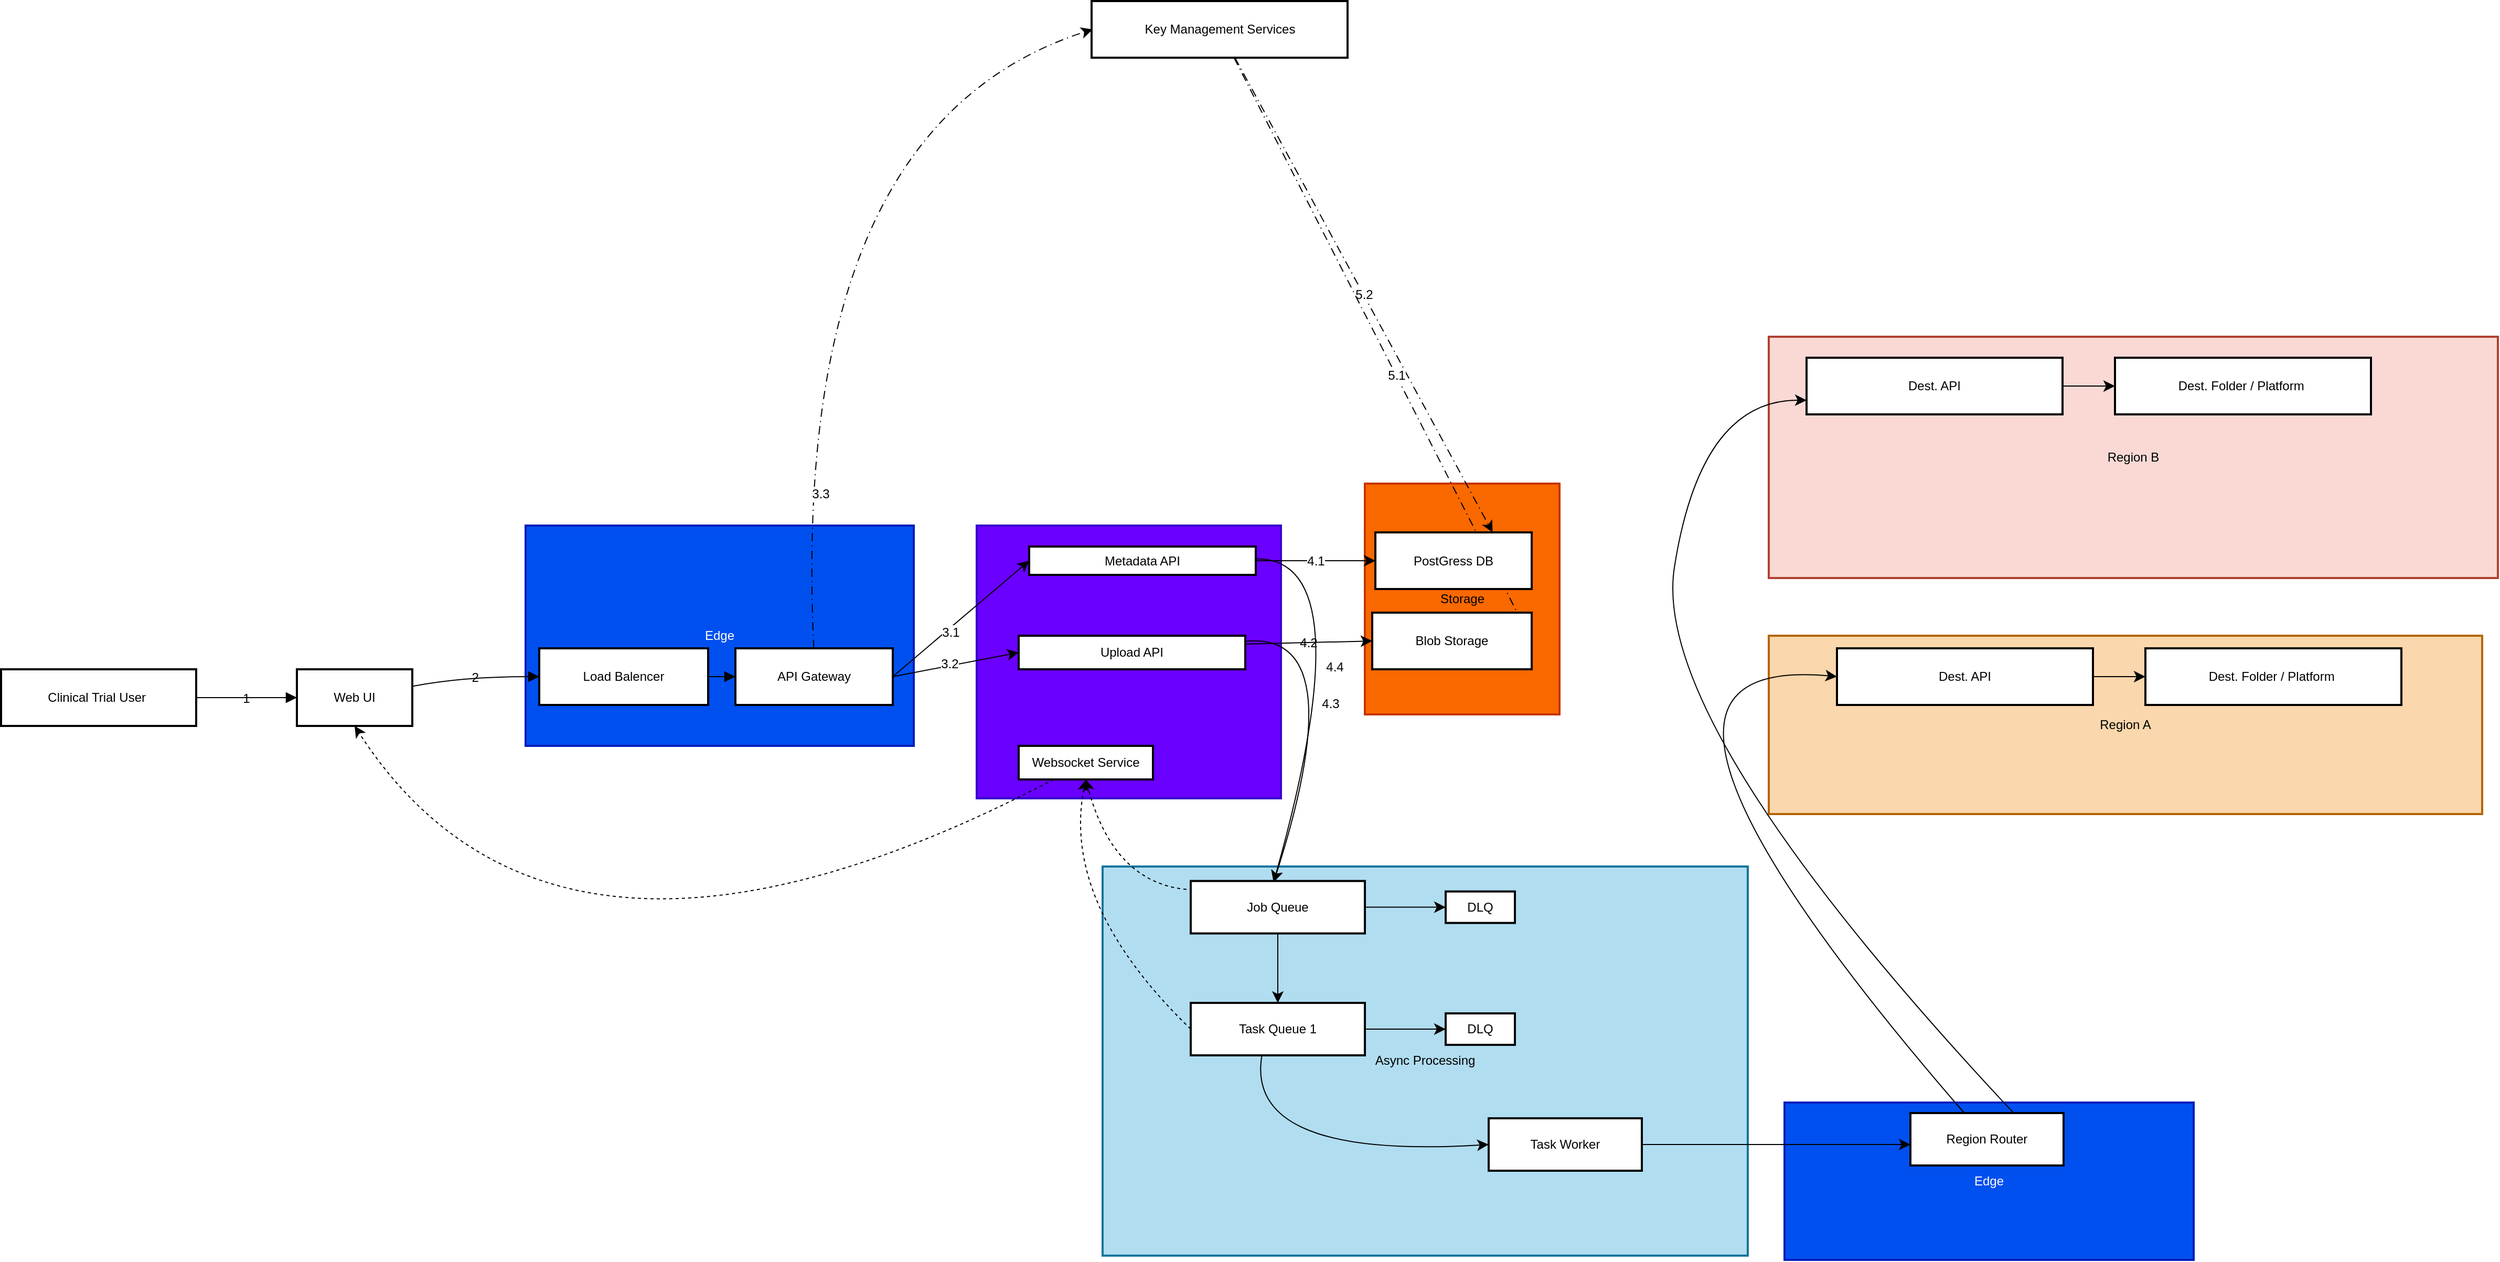
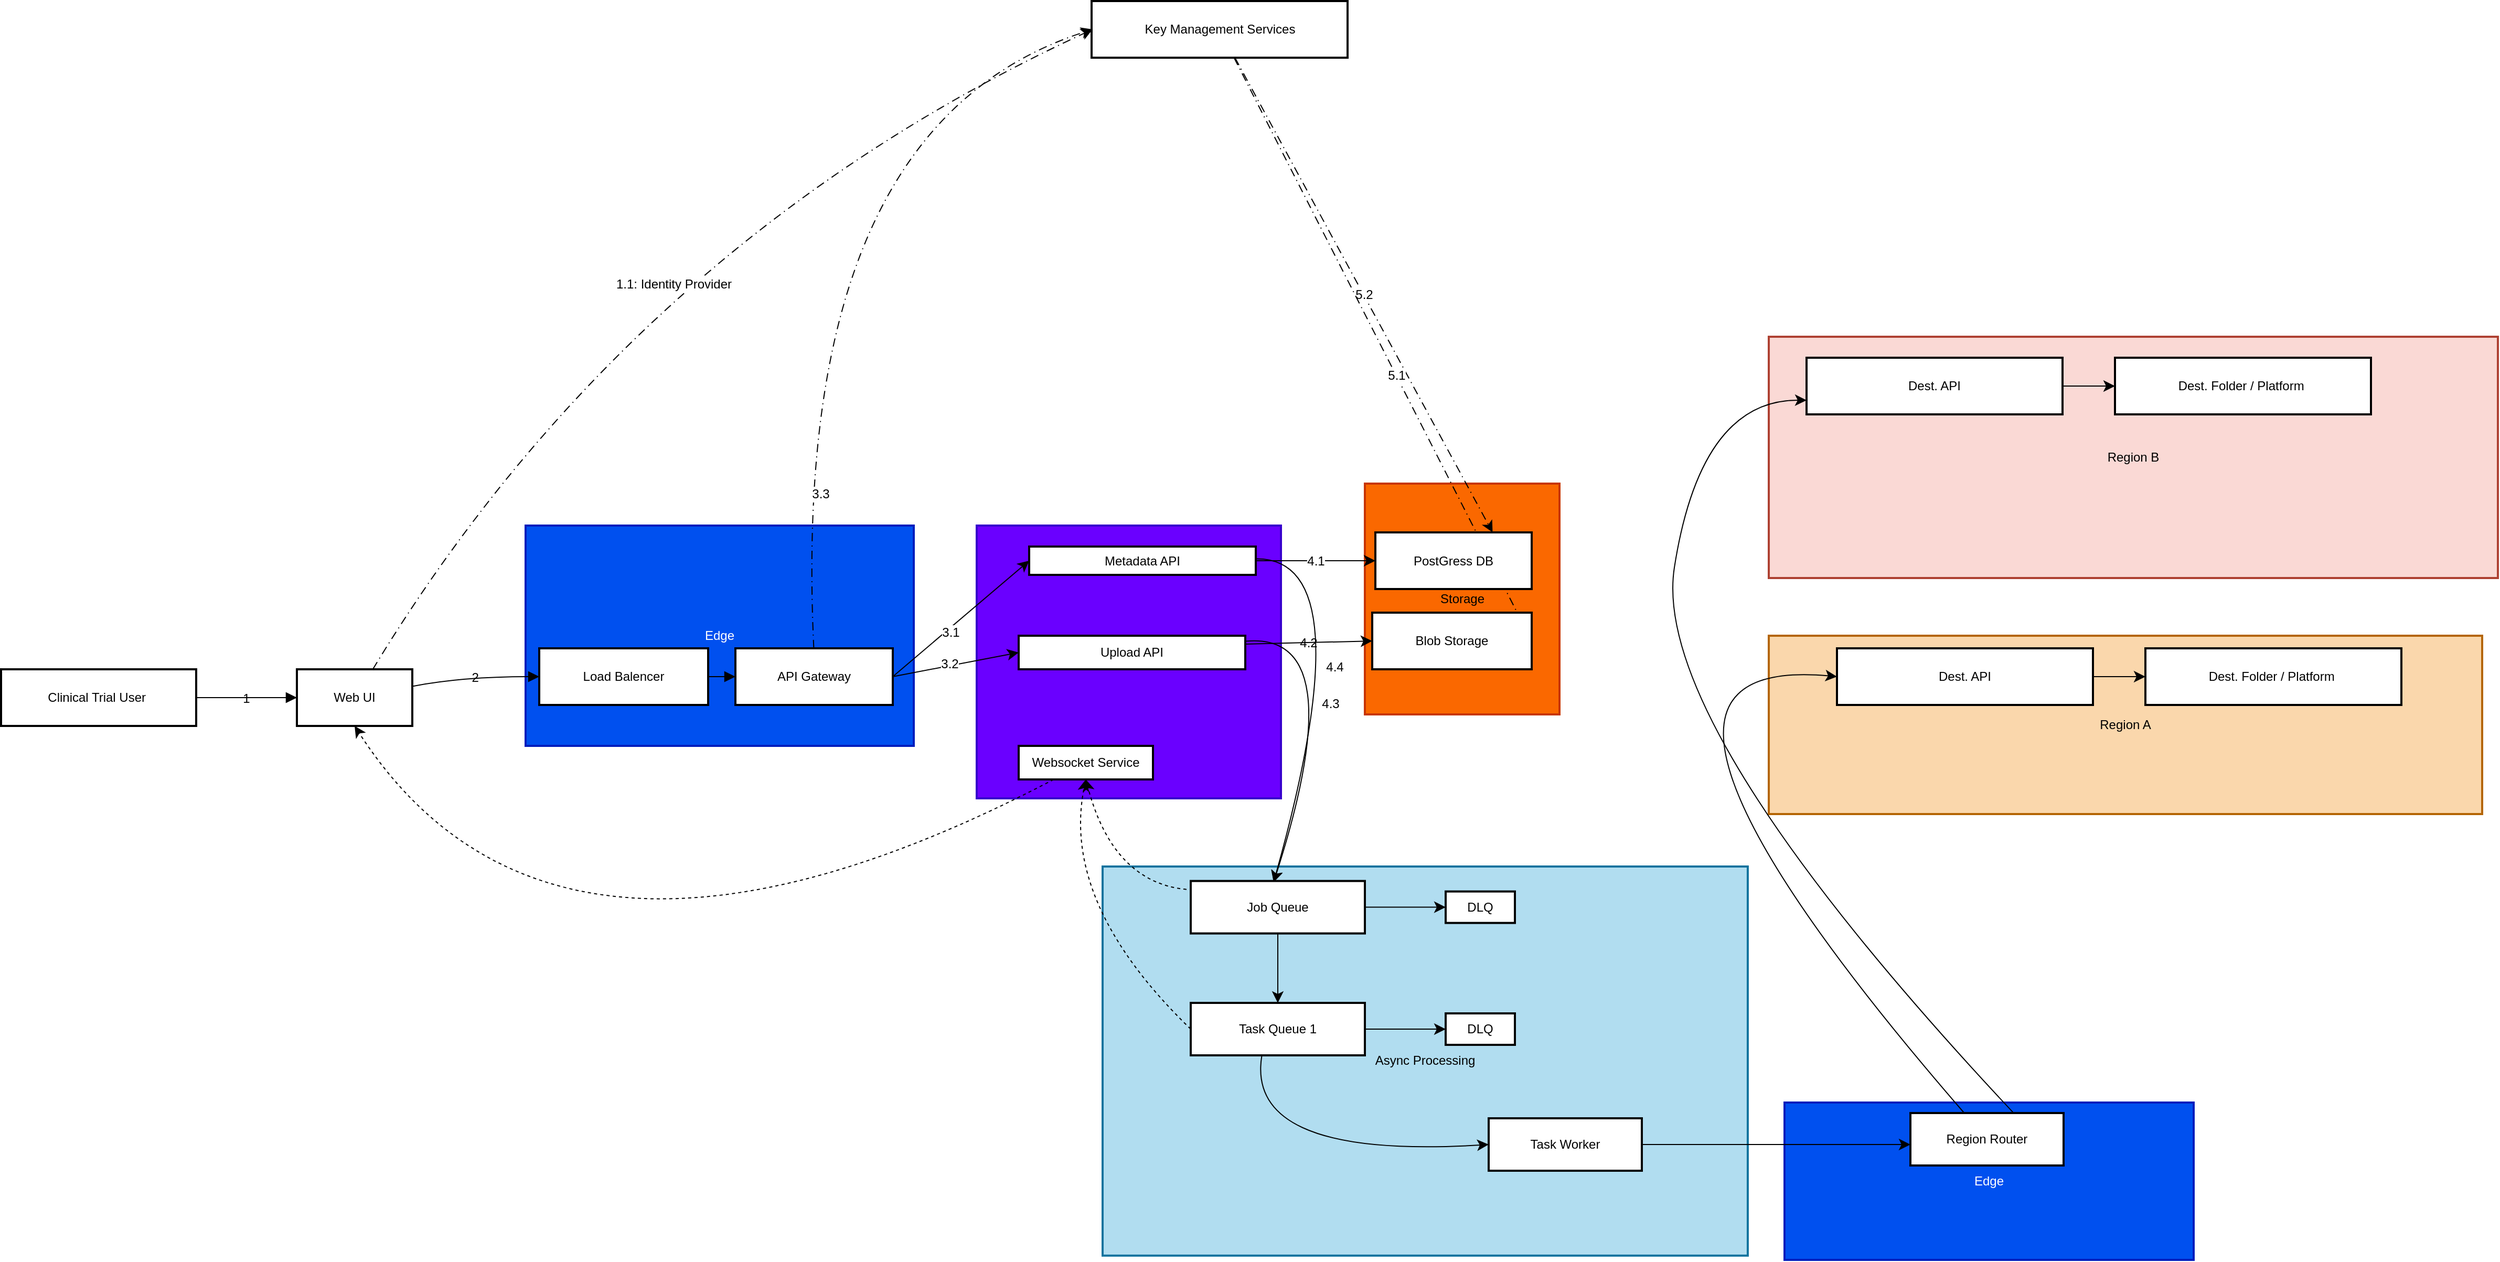
<mxfile host="app.diagrams.net">
  <diagram name="Overall-Diagram" id="Xauzskn0iYLa3f8TggF1">
-     <mxGraphModel dx="1400" dy="1882" grid="1" gridSize="10" guides="1" tooltips="1" connect="1" arrows="1" fold="1" page="1" pageScale="1" pageWidth="850" pageHeight="1100" background="none" math="0" shadow="0">
+     <mxGraphModel dx="312" dy="1312" grid="1" gridSize="10" guides="1" tooltips="1" connect="1" arrows="1" fold="1" page="1" pageScale="1" pageWidth="850" pageHeight="1100" background="none" math="0" shadow="0">
      <root>
        <mxCell id="0" />
        <mxCell id="1" parent="0" />
        <mxCell id="ZxT0anLmeUN1lRlBXtKW-56" parent="1" style="whiteSpace=wrap;strokeWidth=2;rounded=0;labelBackgroundColor=none;fillColor=#0050ef;fontColor=#ffffff;strokeColor=#001DBC;" value="Edge" vertex="1">
          <mxGeometry height="150" width="390" x="1800" y="590" as="geometry" />
        </mxCell>
        <mxCell id="tPvMw2njpGqdJi2HAjV1-28" parent="1" style="whiteSpace=wrap;strokeWidth=2;rounded=0;labelBackgroundColor=none;fillColor=#fad9d5;strokeColor=#ae4132;" value="Region B" vertex="1">
          <mxGeometry height="230" width="695" x="1785" y="-140" as="geometry" />
        </mxCell>
        <mxCell id="tPvMw2njpGqdJi2HAjV1-27" parent="1" style="whiteSpace=wrap;strokeWidth=2;rounded=0;labelBackgroundColor=none;fillColor=#fad7ac;strokeColor=#b46504;" value="Region A" vertex="1">
          <mxGeometry height="170" width="680" x="1785" y="145" as="geometry" />
        </mxCell>
        <mxCell id="LGeiLnGPZ_kJypGg9XhN-2" parent="1" style="whiteSpace=wrap;strokeWidth=2;rounded=0;labelBackgroundColor=none;fillColor=#b1ddf0;strokeColor=#10739e;aspect=fixed;" value="Async Processing" vertex="1">
          <mxGeometry height="370.92" width="614.97" x="1150" y="365" as="geometry" />
        </mxCell>
        <mxCell id="LGeiLnGPZ_kJypGg9XhN-4" parent="1" style="whiteSpace=wrap;strokeWidth=2;rounded=0;labelBackgroundColor=none;fillColor=#6a00ff;fontColor=#ffffff;strokeColor=#3700CC;" value="API Services" vertex="1">
          <mxGeometry height="260" width="290" x="1030" y="40" as="geometry" />
        </mxCell>
        <mxCell id="LGeiLnGPZ_kJypGg9XhN-3" parent="1" style="whiteSpace=wrap;strokeWidth=2;rounded=0;labelBackgroundColor=none;fillColor=#fa6800;fontColor=#000000;strokeColor=#C73500;" value="Storage" vertex="1">
          <mxGeometry height="220" width="185.5" x="1400" as="geometry" />
        </mxCell>
        <mxCell id="LGeiLnGPZ_kJypGg9XhN-5" parent="1" style="whiteSpace=wrap;strokeWidth=2;rounded=0;labelBackgroundColor=none;fillColor=#0050ef;fontColor=#ffffff;strokeColor=#001DBC;" value="Edge" vertex="1">
          <mxGeometry height="210" width="370" x="600" y="40" as="geometry" />
        </mxCell>
        <mxCell id="LGeiLnGPZ_kJypGg9XhN-6" parent="1" style="whiteSpace=wrap;strokeWidth=2;rounded=0;labelBackgroundColor=none;" value="Clinical Trial User " vertex="1">
          <mxGeometry height="54" width="186" x="100" y="177" as="geometry" />
        </mxCell>
+         <mxCell id="kZjGEyZ31KSyDfQOjVAd-4" edge="1" parent="1" style="edgeStyle=none;curved=1;rounded=0;orthogonalLoop=1;jettySize=auto;html=1;entryX=0;entryY=0.5;entryDx=0;entryDy=0;fontSize=12;startSize=8;endSize=8;dashed=1;dashPattern=8 4 1 4;" value="1.1: Identity Provider">
+           <mxGeometry relative="1" x="0.0321" y="-53" as="geometry">
+             <mxPoint as="offset" />
+             <Array as="points">
+               <mxPoint x="701" y="-230" />
+             </Array>
+             <mxPoint x="454.3617511520737" y="177" as="sourcePoint" />
+             <mxPoint x="1140.5" y="-433" as="targetPoint" />
+           </mxGeometry>
+         </mxCell>
        <mxCell id="LGeiLnGPZ_kJypGg9XhN-7" parent="1" style="whiteSpace=wrap;strokeWidth=2;rounded=0;labelBackgroundColor=none;" value="Web UI" vertex="1">
          <mxGeometry height="54" width="110" x="382" y="177" as="geometry" />
        </mxCell>
        <mxCell id="LGeiLnGPZ_kJypGg9XhN-8" parent="1" style="whiteSpace=wrap;strokeWidth=2;rounded=0;labelBackgroundColor=none;" value="Load Balencer" vertex="1">
          <mxGeometry height="54" width="161" x="613" y="157" as="geometry" />
        </mxCell>
        <mxCell id="ijDLy2rUQYNMrnhEq9o_-15" edge="1" parent="1" source="LGeiLnGPZ_kJypGg9XhN-9" style="edgeStyle=none;curved=1;rounded=0;orthogonalLoop=1;jettySize=auto;html=1;fontSize=12;startSize=8;endSize=8;entryX=0;entryY=0.5;entryDx=0;entryDy=0;labelBackgroundColor=none;fontColor=default;exitX=1;exitY=0.5;exitDx=0;exitDy=0;" target="LGeiLnGPZ_kJypGg9XhN-10">
          <mxGeometry relative="1" as="geometry">
            <mxPoint x="1059.9999999999998" y="229.99999999999977" as="targetPoint" />
          </mxGeometry>
        </mxCell>
        <mxCell id="kZjGEyZ31KSyDfQOjVAd-1" connectable="0" parent="ijDLy2rUQYNMrnhEq9o_-15" style="edgeLabel;html=1;align=center;verticalAlign=middle;resizable=0;points=[];fontSize=12;" value="3.1" vertex="1">
          <mxGeometry relative="1" x="-0.1984" y="-3" as="geometry">
            <mxPoint x="1" as="offset" />
          </mxGeometry>
        </mxCell>
        <mxCell id="ijDLy2rUQYNMrnhEq9o_-17" edge="1" parent="1" source="LGeiLnGPZ_kJypGg9XhN-9" style="edgeStyle=none;curved=1;rounded=0;orthogonalLoop=1;jettySize=auto;html=1;entryX=0;entryY=0.5;entryDx=0;entryDy=0;fontSize=12;startSize=8;endSize=8;exitX=1;exitY=0.5;exitDx=0;exitDy=0;" target="LGeiLnGPZ_kJypGg9XhN-11">
          <mxGeometry relative="1" as="geometry">
            <mxPoint x="960" y="190" as="sourcePoint" />
          </mxGeometry>
        </mxCell>
        <mxCell id="kZjGEyZ31KSyDfQOjVAd-2" connectable="0" parent="ijDLy2rUQYNMrnhEq9o_-17" style="edgeLabel;html=1;align=center;verticalAlign=middle;resizable=0;points=[];fontSize=12;" value="3.2" vertex="1">
          <mxGeometry relative="1" x="-0.0885" y="2" as="geometry">
            <mxPoint as="offset" />
          </mxGeometry>
        </mxCell>
        <mxCell id="tPvMw2njpGqdJi2HAjV1-17" edge="1" parent="1" style="edgeStyle=none;curved=1;rounded=0;orthogonalLoop=1;jettySize=auto;html=1;entryX=0;entryY=0.5;entryDx=0;entryDy=0;fontSize=12;startSize=8;endSize=8;dashed=1;dashPattern=8 4 1 4;" value="3.3">
          <mxGeometry relative="1" x="-0.6344" y="-13" as="geometry">
            <mxPoint as="offset" />
            <Array as="points">
              <mxPoint x="851" y="-340" />
            </Array>
            <mxPoint x="874.7118320610687" y="157" as="sourcePoint" />
            <mxPoint x="1140.5" y="-433" as="targetPoint" />
          </mxGeometry>
        </mxCell>
        <mxCell id="LGeiLnGPZ_kJypGg9XhN-9" parent="1" style="whiteSpace=wrap;strokeWidth=2;rounded=0;labelBackgroundColor=none;" value="API Gateway" vertex="1">
          <mxGeometry height="54" width="150" x="800" y="157" as="geometry" />
        </mxCell>
        <mxCell id="ijDLy2rUQYNMrnhEq9o_-19" edge="1" parent="1" source="LGeiLnGPZ_kJypGg9XhN-10" style="edgeStyle=none;curved=1;rounded=0;orthogonalLoop=1;jettySize=auto;html=1;entryX=0;entryY=0.5;entryDx=0;entryDy=0;fontSize=12;startSize=8;endSize=8;exitX=1;exitY=0.5;exitDx=0;exitDy=0;" target="LGeiLnGPZ_kJypGg9XhN-12" value="4.1">
          <mxGeometry relative="1" as="geometry" />
        </mxCell>
        <mxCell id="ZxT0anLmeUN1lRlBXtKW-1" edge="1" parent="1" source="LGeiLnGPZ_kJypGg9XhN-10" style="edgeStyle=none;curved=1;rounded=0;orthogonalLoop=1;jettySize=auto;html=1;entryX=0.5;entryY=0;entryDx=0;entryDy=0;fontSize=12;startSize=8;endSize=8;" value="4.4">
          <mxGeometry relative="1" as="geometry">
            <Array as="points">
              <mxPoint x="1400" y="70" />
            </Array>
            <mxPoint x="1313" y="380" as="targetPoint" />
          </mxGeometry>
        </mxCell>
        <mxCell id="LGeiLnGPZ_kJypGg9XhN-10" parent="1" style="whiteSpace=wrap;strokeWidth=2;rounded=0;labelBackgroundColor=none;" value="Metadata API" vertex="1">
          <mxGeometry height="27" width="216" x="1080" y="60" as="geometry" />
        </mxCell>
        <mxCell id="ijDLy2rUQYNMrnhEq9o_-12" edge="1" parent="1" source="LGeiLnGPZ_kJypGg9XhN-11" style="edgeStyle=none;curved=1;rounded=0;orthogonalLoop=1;jettySize=auto;html=1;entryX=0;entryY=0.5;entryDx=0;entryDy=0;fontSize=12;startSize=8;endSize=8;exitX=1;exitY=0.25;exitDx=0;exitDy=0;labelBackgroundColor=none;fontColor=default;" target="LGeiLnGPZ_kJypGg9XhN-13" value="4.2">
          <mxGeometry relative="1" as="geometry" />
        </mxCell>
        <mxCell id="ZxT0anLmeUN1lRlBXtKW-2" edge="1" parent="1" source="LGeiLnGPZ_kJypGg9XhN-11" style="edgeStyle=none;curved=1;rounded=0;orthogonalLoop=1;jettySize=auto;html=1;entryX=0.5;entryY=0;entryDx=0;entryDy=0;fontSize=12;startSize=8;endSize=8;" value="4.3">
          <mxGeometry relative="1" as="geometry">
            <Array as="points">
              <mxPoint x="1390" y="140" />
            </Array>
            <mxPoint x="1313" y="380" as="targetPoint" />
          </mxGeometry>
        </mxCell>
        <mxCell id="LGeiLnGPZ_kJypGg9XhN-11" parent="1" style="whiteSpace=wrap;strokeWidth=2;rounded=0;labelBackgroundColor=none;" value="Upload API" vertex="1">
          <mxGeometry height="32" width="216" x="1070" y="145" as="geometry" />
        </mxCell>
        <mxCell id="tPvMw2njpGqdJi2HAjV1-2" edge="1" parent="1" style="edgeStyle=none;curved=1;rounded=0;orthogonalLoop=1;jettySize=auto;html=1;fontSize=12;startSize=8;endSize=8;entryX=0.5;entryY=1;entryDx=0;entryDy=0;dashed=1;" target="LGeiLnGPZ_kJypGg9XhN-18">
          <mxGeometry relative="1" as="geometry">
            <Array as="points">
              <mxPoint x="1160" y="380" />
            </Array>
            <mxPoint x="1230" y="386.8627450980389" as="sourcePoint" />
            <mxPoint x="1150" y="490" as="targetPoint" />
          </mxGeometry>
        </mxCell>
        <mxCell id="tPvMw2njpGqdJi2HAjV1-30" edge="1" parent="1" source="ZxT0anLmeUN1lRlBXtKW-4" style="edgeStyle=none;curved=1;rounded=0;orthogonalLoop=1;jettySize=auto;html=1;entryX=0.5;entryY=1;entryDx=0;entryDy=0;fontSize=12;startSize=8;endSize=8;dashed=1;exitX=0;exitY=0.5;exitDx=0;exitDy=0;" target="LGeiLnGPZ_kJypGg9XhN-18">
          <mxGeometry relative="1" as="geometry">
            <Array as="points">
              <mxPoint x="1110" y="400" />
            </Array>
            <mxPoint x="1274.6623376623374" y="462" as="sourcePoint" />
          </mxGeometry>
        </mxCell>
        <mxCell id="tPvMw2njpGqdJi2HAjV1-18" edge="1" parent="1" source="LGeiLnGPZ_kJypGg9XhN-20" style="edgeStyle=none;curved=1;rounded=0;orthogonalLoop=1;jettySize=auto;html=1;entryX=0.75;entryY=0;entryDx=0;entryDy=0;fontSize=12;startSize=8;endSize=8;dashed=1;dashPattern=8 4 1 4;" target="LGeiLnGPZ_kJypGg9XhN-12" value="5.2">
          <mxGeometry relative="1" as="geometry" />
        </mxCell>
        <mxCell id="tPvMw2njpGqdJi2HAjV1-19" edge="1" parent="1" source="LGeiLnGPZ_kJypGg9XhN-20" style="edgeStyle=none;curved=1;rounded=0;orthogonalLoop=1;jettySize=auto;html=1;entryX=1;entryY=0.5;entryDx=0;entryDy=0;fontSize=12;startSize=8;endSize=8;dashed=1;dashPattern=8 4 1 4;" target="LGeiLnGPZ_kJypGg9XhN-13">
          <mxGeometry relative="1" as="geometry" />
        </mxCell>
        <mxCell id="kZjGEyZ31KSyDfQOjVAd-3" connectable="0" parent="tPvMw2njpGqdJi2HAjV1-19" style="edgeLabel;html=1;align=center;verticalAlign=middle;resizable=0;points=[];fontSize=12;" value="5.1" vertex="1">
          <mxGeometry relative="1" x="0.0872" as="geometry">
            <mxPoint as="offset" />
          </mxGeometry>
        </mxCell>
        <mxCell id="LGeiLnGPZ_kJypGg9XhN-20" parent="1" style="whiteSpace=wrap;strokeWidth=2;rounded=0;labelBackgroundColor=none;" value="Key Management Services" vertex="1">
          <mxGeometry height="54" width="244" x="1139.5" y="-460" as="geometry" />
        </mxCell>
        <mxCell id="LGeiLnGPZ_kJypGg9XhN-23" edge="1" parent="1" source="LGeiLnGPZ_kJypGg9XhN-6" style="curved=1;startArrow=none;endArrow=block;exitX=1;exitY=0.5;entryX=0;entryY=0.5;rounded=0;fontSize=12;startSize=8;endSize=8;labelBackgroundColor=none;fontColor=default;" target="LGeiLnGPZ_kJypGg9XhN-7" value="1">
          <mxGeometry relative="1" as="geometry">
            <Array as="points" />
          </mxGeometry>
        </mxCell>
        <mxCell id="LGeiLnGPZ_kJypGg9XhN-24" edge="1" parent="1" source="LGeiLnGPZ_kJypGg9XhN-7" style="curved=1;startArrow=none;endArrow=block;exitX=1;exitY=0.3;entryX=0;entryY=0.5;rounded=0;fontSize=12;startSize=8;endSize=8;labelBackgroundColor=none;fontColor=default;" target="LGeiLnGPZ_kJypGg9XhN-8" value="2">
          <mxGeometry relative="1" as="geometry">
            <Array as="points">
              <mxPoint x="540" y="184" />
            </Array>
          </mxGeometry>
        </mxCell>
        <mxCell id="LGeiLnGPZ_kJypGg9XhN-35" edge="1" parent="1" source="LGeiLnGPZ_kJypGg9XhN-8" style="curved=1;startArrow=none;endArrow=block;exitX=1;exitY=0.5;entryX=0;entryY=0.5;rounded=0;fontSize=12;startSize=8;endSize=8;labelBackgroundColor=none;fontColor=default;" target="LGeiLnGPZ_kJypGg9XhN-9" value="">
          <mxGeometry relative="1" as="geometry">
            <Array as="points" />
          </mxGeometry>
        </mxCell>
        <mxCell id="tPvMw2njpGqdJi2HAjV1-29" edge="1" parent="1" source="LGeiLnGPZ_kJypGg9XhN-18" style="edgeStyle=none;curved=1;rounded=0;orthogonalLoop=1;jettySize=auto;html=1;entryX=0.5;entryY=1;entryDx=0;entryDy=0;fontSize=12;startSize=8;endSize=8;dashed=1;" target="LGeiLnGPZ_kJypGg9XhN-7">
          <mxGeometry relative="1" as="geometry">
            <Array as="points">
              <mxPoint x="630" y="530" />
            </Array>
          </mxGeometry>
        </mxCell>
        <mxCell id="LGeiLnGPZ_kJypGg9XhN-18" parent="1" style="whiteSpace=wrap;strokeWidth=2;rounded=0;labelBackgroundColor=none;" value="Websocket Service" vertex="1">
          <mxGeometry height="32" width="128" x="1070" y="250" as="geometry" />
        </mxCell>
        <mxCell id="LGeiLnGPZ_kJypGg9XhN-13" parent="1" style="whiteSpace=wrap;strokeWidth=2;rounded=0;labelBackgroundColor=none;" value="Blob Storage" vertex="1">
          <mxGeometry height="54" width="152" x="1407" y="123" as="geometry" />
        </mxCell>
        <mxCell id="LGeiLnGPZ_kJypGg9XhN-12" parent="1" style="whiteSpace=wrap;strokeWidth=2;rounded=0;labelBackgroundColor=none;" value="PostGress DB" vertex="1">
          <mxGeometry height="54" width="149" x="1410" y="46.5" as="geometry" />
        </mxCell>
        <mxCell id="tPvMw2njpGqdJi2HAjV1-12" edge="1" parent="1" source="tPvMw2njpGqdJi2HAjV1-6" style="edgeStyle=none;curved=1;rounded=0;orthogonalLoop=1;jettySize=auto;html=1;entryX=0;entryY=0.5;entryDx=0;entryDy=0;fontSize=12;startSize=8;endSize=8;" target="tPvMw2njpGqdJi2HAjV1-8">
          <mxGeometry relative="1" as="geometry">
            <Array as="points">
              <mxPoint x="1590" y="160" />
            </Array>
          </mxGeometry>
        </mxCell>
        <mxCell id="tPvMw2njpGqdJi2HAjV1-13" edge="1" parent="1" source="tPvMw2njpGqdJi2HAjV1-6" style="edgeStyle=none;curved=1;rounded=0;orthogonalLoop=1;jettySize=auto;html=1;entryX=0;entryY=0.75;entryDx=0;entryDy=0;fontSize=12;startSize=8;endSize=8;exitX=1;exitY=1;exitDx=0;exitDy=0;" target="tPvMw2njpGqdJi2HAjV1-10">
          <mxGeometry relative="1" as="geometry">
            <Array as="points">
              <mxPoint x="1670" y="240" />
              <mxPoint x="1720" y="-80" />
            </Array>
            <mxPoint x="2070" y="660" as="sourcePoint" />
          </mxGeometry>
        </mxCell>
        <mxCell id="tPvMw2njpGqdJi2HAjV1-6" parent="1" style="whiteSpace=wrap;strokeWidth=2;rounded=0;labelBackgroundColor=none;" value="Region Router" vertex="1">
          <mxGeometry height="50" width="146" x="1920" y="600" as="geometry" />
        </mxCell>
        <mxCell id="tPvMw2njpGqdJi2HAjV1-7" parent="1" style="whiteSpace=wrap;strokeWidth=2;rounded=0;labelBackgroundColor=none;" value="Dest. Folder / Platform " vertex="1">
          <mxGeometry height="54" width="244" x="2144" y="157" as="geometry" />
        </mxCell>
        <mxCell id="tPvMw2njpGqdJi2HAjV1-15" edge="1" parent="1" source="tPvMw2njpGqdJi2HAjV1-8" style="edgeStyle=none;curved=1;rounded=0;orthogonalLoop=1;jettySize=auto;html=1;fontSize=12;startSize=8;endSize=8;" target="tPvMw2njpGqdJi2HAjV1-7" value="">
          <mxGeometry relative="1" as="geometry" />
        </mxCell>
        <mxCell id="tPvMw2njpGqdJi2HAjV1-8" parent="1" style="whiteSpace=wrap;strokeWidth=2;rounded=0;labelBackgroundColor=none;" value="Dest. API" vertex="1">
          <mxGeometry height="54" width="244" x="1850" y="157" as="geometry" />
        </mxCell>
        <mxCell id="tPvMw2njpGqdJi2HAjV1-9" parent="1" style="whiteSpace=wrap;strokeWidth=2;rounded=0;labelBackgroundColor=none;" value="Dest. Folder / Platform " vertex="1">
          <mxGeometry height="54" width="244" x="2115" y="-120" as="geometry" />
        </mxCell>
        <mxCell id="tPvMw2njpGqdJi2HAjV1-16" edge="1" parent="1" source="tPvMw2njpGqdJi2HAjV1-10" style="edgeStyle=none;curved=1;rounded=0;orthogonalLoop=1;jettySize=auto;html=1;fontSize=12;startSize=8;endSize=8;" target="tPvMw2njpGqdJi2HAjV1-9" value="">
          <mxGeometry relative="1" as="geometry" />
        </mxCell>
        <mxCell id="tPvMw2njpGqdJi2HAjV1-10" parent="1" style="whiteSpace=wrap;strokeWidth=2;rounded=0;labelBackgroundColor=none;" value="Dest. API" vertex="1">
          <mxGeometry height="54" width="244" x="1821" y="-120" as="geometry" />
        </mxCell>
        <mxCell id="ZxT0anLmeUN1lRlBXtKW-5" edge="1" parent="1" source="ZxT0anLmeUN1lRlBXtKW-3" style="edgeStyle=none;curved=1;rounded=0;orthogonalLoop=1;jettySize=auto;html=1;fontSize=12;startSize=8;endSize=8;" target="ZxT0anLmeUN1lRlBXtKW-4" value="">
          <mxGeometry relative="1" as="geometry" />
        </mxCell>
        <mxCell id="ZxT0anLmeUN1lRlBXtKW-52" edge="1" parent="1" source="ZxT0anLmeUN1lRlBXtKW-3" style="edgeStyle=none;curved=1;rounded=0;orthogonalLoop=1;jettySize=auto;html=1;fontSize=12;startSize=8;endSize=8;" target="ZxT0anLmeUN1lRlBXtKW-9" value="">
          <mxGeometry relative="1" as="geometry" />
        </mxCell>
        <mxCell id="ZxT0anLmeUN1lRlBXtKW-3" parent="1" style="whiteSpace=wrap;strokeWidth=2;rounded=0;labelBackgroundColor=none;" value="Job Queue" vertex="1">
          <mxGeometry height="50" width="166" x="1234" y="378.79999999999995" as="geometry" />
        </mxCell>
        <mxCell id="ZxT0anLmeUN1lRlBXtKW-21" edge="1" parent="1" source="ZxT0anLmeUN1lRlBXtKW-4" style="edgeStyle=none;curved=1;rounded=0;orthogonalLoop=1;jettySize=auto;html=1;fontSize=12;startSize=8;endSize=8;" target="ZxT0anLmeUN1lRlBXtKW-11" value="">
          <mxGeometry relative="1" as="geometry" />
        </mxCell>
        <mxCell id="ZxT0anLmeUN1lRlBXtKW-54" edge="1" parent="1" source="ZxT0anLmeUN1lRlBXtKW-4" style="edgeStyle=none;curved=1;rounded=0;orthogonalLoop=1;jettySize=auto;html=1;entryX=0;entryY=0.5;entryDx=0;entryDy=0;fontSize=12;startSize=8;endSize=8;exitX=0.422;exitY=0.8;exitDx=0;exitDy=0;exitPerimeter=0;" target="ZxT0anLmeUN1lRlBXtKW-53">
          <mxGeometry relative="1" as="geometry">
            <Array as="points">
              <mxPoint x="1274" y="645" />
            </Array>
          </mxGeometry>
        </mxCell>
        <mxCell id="ZxT0anLmeUN1lRlBXtKW-4" parent="1" style="whiteSpace=wrap;strokeWidth=2;rounded=0;labelBackgroundColor=none;" value="Task Queue 1" vertex="1">
          <mxGeometry height="50" width="166" x="1234" y="495" as="geometry" />
        </mxCell>
        <mxCell id="ZxT0anLmeUN1lRlBXtKW-9" parent="1" style="whiteSpace=wrap;strokeWidth=2;rounded=0;labelBackgroundColor=none;" value="DLQ" vertex="1">
          <mxGeometry height="30" width="66" x="1477" y="388.79999999999995" as="geometry" />
        </mxCell>
        <mxCell id="ZxT0anLmeUN1lRlBXtKW-11" parent="1" style="whiteSpace=wrap;strokeWidth=2;rounded=0;labelBackgroundColor=none;" value="DLQ" vertex="1">
          <mxGeometry height="30" width="66" x="1477" y="505" as="geometry" />
        </mxCell>
        <mxCell id="ZxT0anLmeUN1lRlBXtKW-55" edge="1" parent="1" source="ZxT0anLmeUN1lRlBXtKW-53" style="edgeStyle=none;curved=1;rounded=0;orthogonalLoop=1;jettySize=auto;html=1;fontSize=12;startSize=8;endSize=8;">
          <mxGeometry relative="1" as="geometry">
            <mxPoint x="1920.0000000000005" y="630" as="targetPoint" />
          </mxGeometry>
        </mxCell>
        <mxCell id="ZxT0anLmeUN1lRlBXtKW-53" parent="1" style="whiteSpace=wrap;strokeWidth=2;rounded=0;labelBackgroundColor=none;" value="Task Worker" vertex="1">
          <mxGeometry height="50" width="146" x="1518" y="605" as="geometry" />
        </mxCell>
      </root>
    </mxGraphModel>
  </diagram>
</mxfile>
